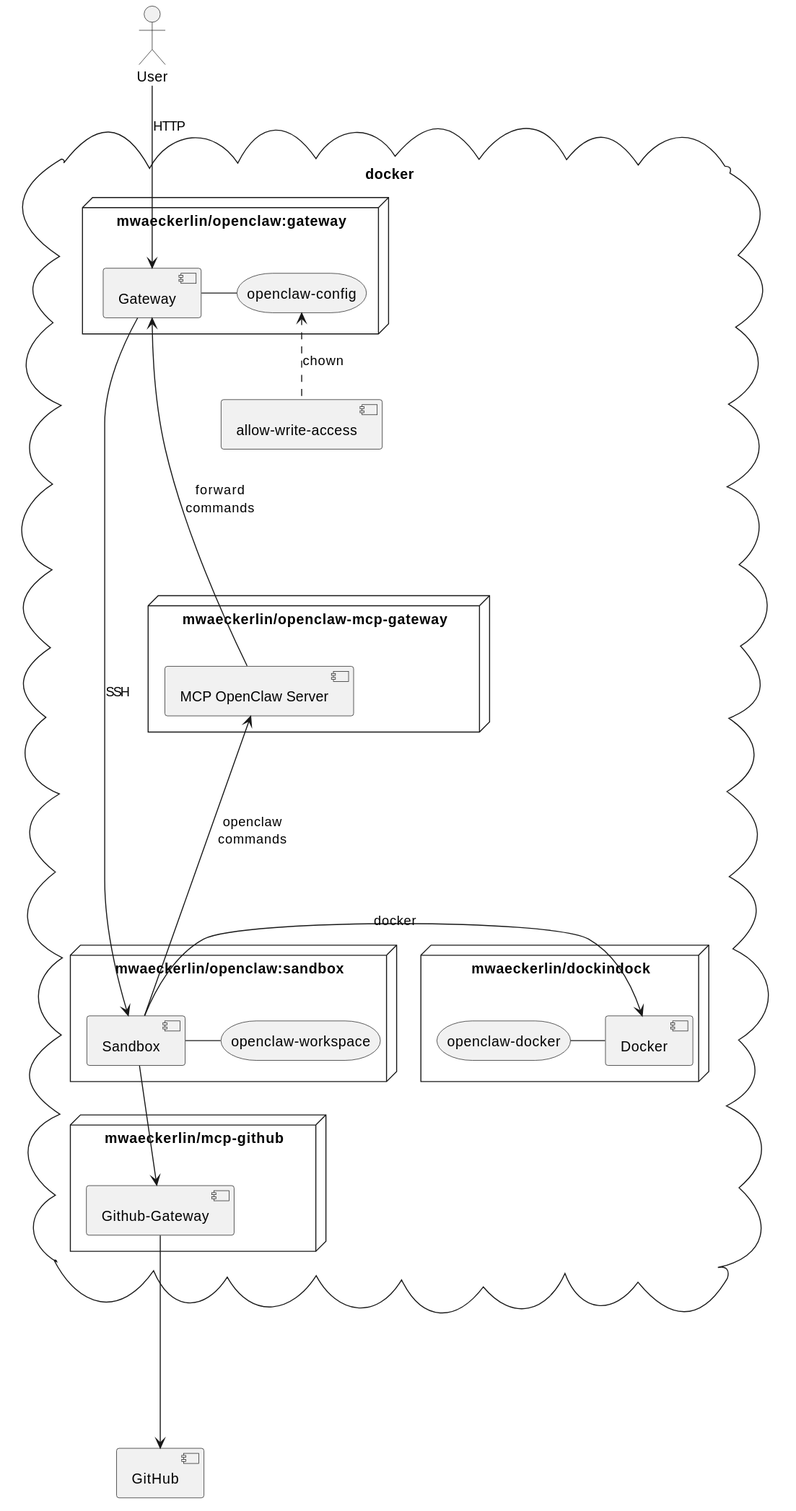
Earlier version of the PlantUML export doc/architecture.svg (mwaeckerlin/openclaw).
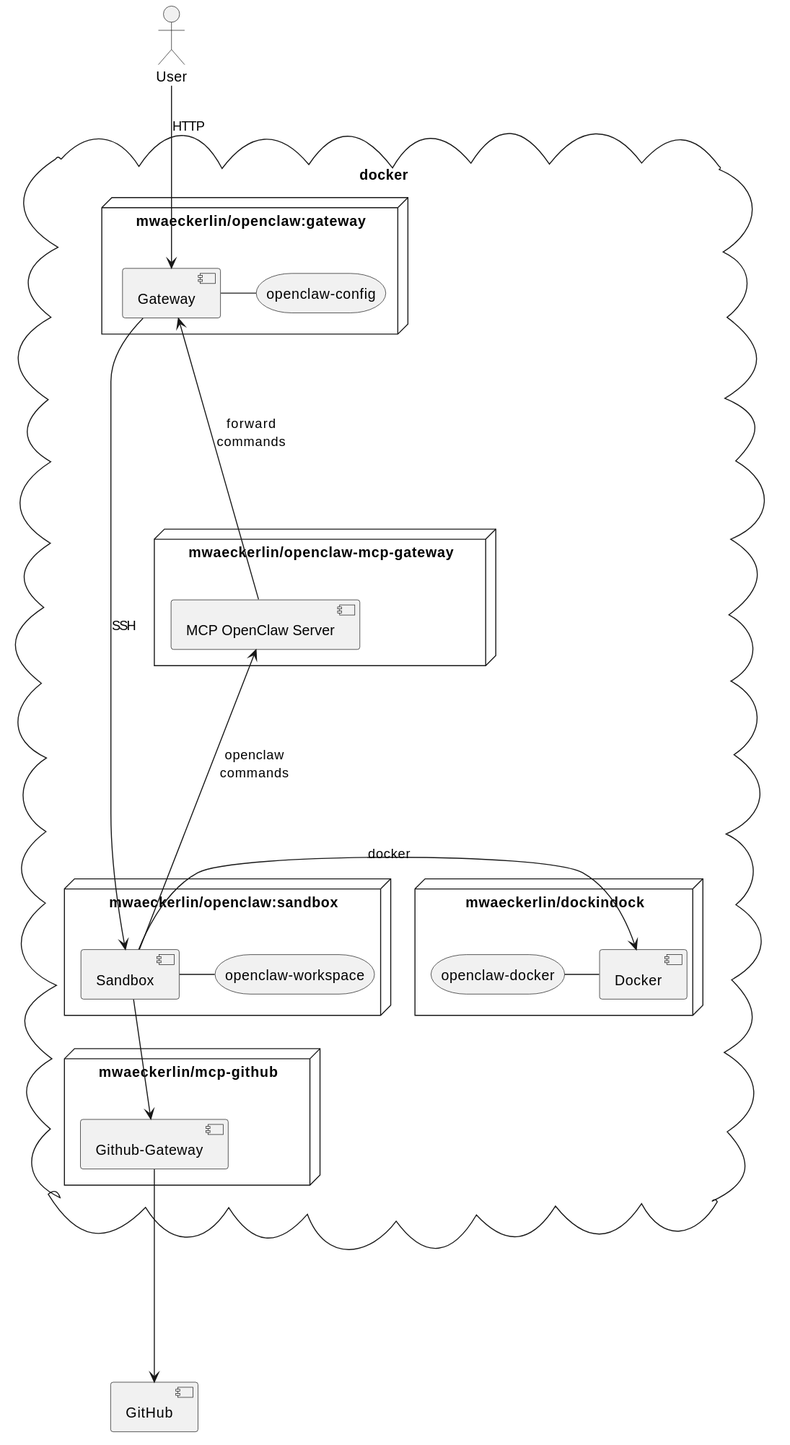
The same file after the commit.

Diff of the diagram source:
```diff
@@ -28,8 +28,6 @@
   node "mwaeckerlin/mcp-github" {
     [Github-Gateway] as gh
   }
-
-  component "allow-write-access" as aw
 }
 
 user --> ctrl : "HTTP"
@@ -37,7 +35,6 @@
 sshd --up--> mcp : openclaw\ncommands
 mcp --up--> ctrl : forward\ncommands
 sshd -left-> dd : docker
-aw .up.> cfg : chown
 sshd --> gh
 gh ----> [GitHub]
 @enduml
```
